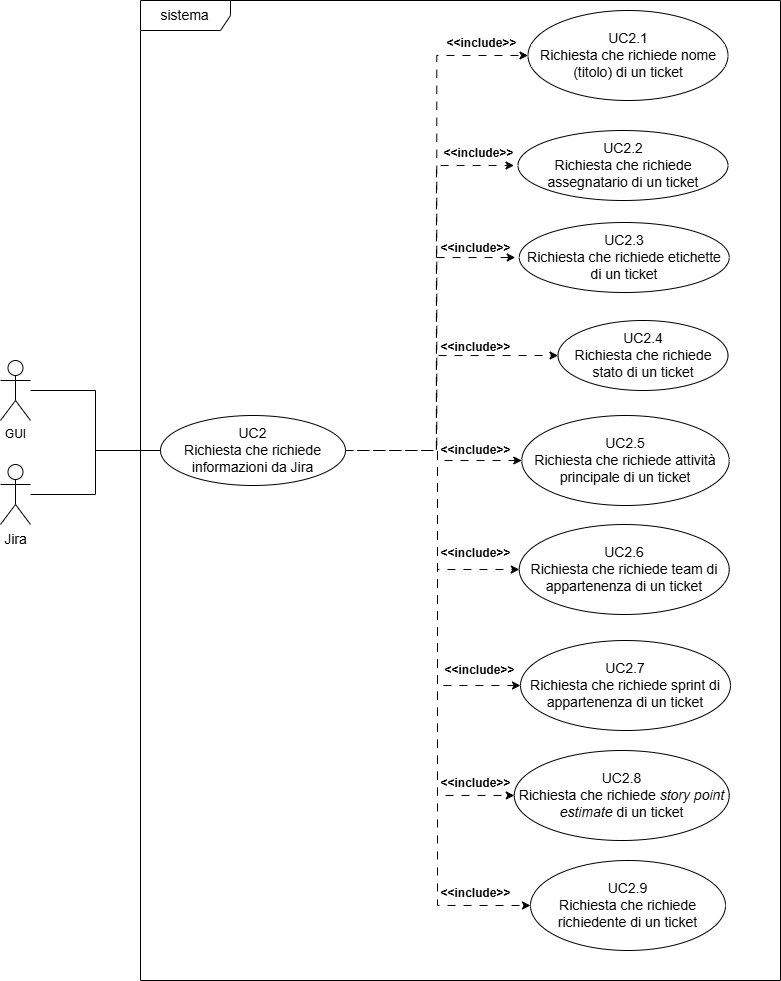
SweeTenTeam/Docs keeps this draw.io diagram as images/analisi-dei-requisiti/UC2_InfoJira.png. Above is the earlier version. Source tidied: cells renumbered, new cells last; positions are measured from the earlier drawing's top-left corner, leaving out a move shared by most shapes.
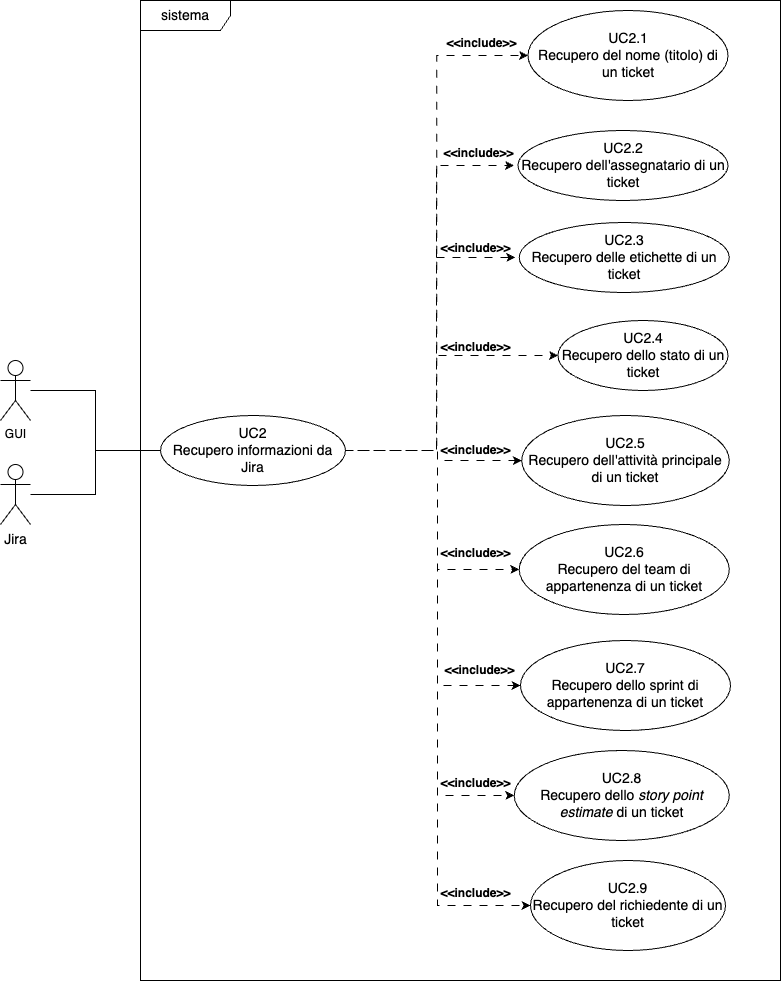
The same diagram one commit later.

Diff of the diagram source:
```diff
@@ -82,7 +82,7 @@
         </Array>
       </mxGeometry>
     </mxCell>
-    <mxCell id="12" value="UC2&lt;div&gt;Richiesta che richiede informazioni da Jira&lt;/div&gt;" style="ellipse;whiteSpace=wrap;html=1;fontSize=14;" parent="1" vertex="1">
+    <mxCell id="12" value="UC2&lt;div&gt;Recupero informazioni da Jira&lt;/div&gt;" style="ellipse;whiteSpace=wrap;html=1;fontSize=14;" parent="1" vertex="1">
       <mxGeometry x="160" y="415" width="185" height="70" as="geometry" />
     </mxCell>
     <mxCell id="13" style="edgeStyle=orthogonalEdgeStyle;rounded=0;jettySize=auto;html=1;endArrow=none;endFill=0;" parent="1" edge="1" source="14" target="12">
@@ -97,31 +97,31 @@
     <mxCell id="16" value="Jira" style="shape=umlActor;verticalLabelPosition=bottom;verticalAlign=top;html=1;fontSize=14;" parent="1" vertex="1">
       <mxGeometry y="464" width="30" height="60" as="geometry" />
     </mxCell>
-    <mxCell id="17" value="UC2.2&lt;div&gt;Richiesta che richiede assegnatario di un ticket&lt;/div&gt;" style="ellipse;whiteSpace=wrap;html=1;fontSize=14;" parent="1" vertex="1">
+    <mxCell id="17" value="UC2.2&lt;div&gt;Recupero dell'assegnatario di un ticket&lt;/div&gt;" style="ellipse;whiteSpace=wrap;html=1;fontSize=14;" parent="1" vertex="1">
       <mxGeometry x="517.5" y="130" width="210" height="70" as="geometry" />
     </mxCell>
-    <mxCell id="18" value="UC2.4&lt;div&gt;Richiesta che richiede stato di un ticket&lt;/div&gt;" style="ellipse;whiteSpace=wrap;html=1;fontSize=14;" parent="1" vertex="1">
+    <mxCell id="18" value="UC2.4&lt;div&gt;Recupero dello stato di un ticket&lt;/div&gt;" style="ellipse;whiteSpace=wrap;html=1;fontSize=14;" parent="1" vertex="1">
       <mxGeometry x="557.5" y="320" width="170" height="70" as="geometry" />
     </mxCell>
-    <mxCell id="19" value="UC2.1&lt;div&gt;Richiesta che richiede nome (titolo) di un ticket&lt;/div&gt;" style="ellipse;whiteSpace=wrap;html=1;fontSize=14;" parent="1" vertex="1">
+    <mxCell id="19" value="UC2.1&lt;div&gt;Recupero del nome (titolo) di un ticket&lt;/div&gt;" style="ellipse;whiteSpace=wrap;html=1;fontSize=14;" parent="1" vertex="1">
       <mxGeometry x="527.5" y="10" width="200" height="90" as="geometry" />
     </mxCell>
-    <mxCell id="20" value="UC2.6&lt;div&gt;Richiesta che richiede team di appartenenza di un ticket&lt;/div&gt;" style="ellipse;whiteSpace=wrap;html=1;fontSize=14;" parent="1" vertex="1">
+    <mxCell id="20" value="UC2.6&lt;div&gt;&lt;span style=&quot;background-color: transparent; color: light-dark(rgb(0, 0, 0), rgb(255, 255, 255));&quot;&gt;Recupero del team di appartenenza di un ticket&lt;/span&gt;&lt;/div&gt;" style="ellipse;whiteSpace=wrap;html=1;fontSize=14;" parent="1" vertex="1">
       <mxGeometry x="518.8" y="524" width="210" height="90" as="geometry" />
     </mxCell>
-    <mxCell id="21" value="UC2.7&lt;div&gt;Richiesta che richiede sprint di appartenenza di un ticket&lt;/div&gt;" style="ellipse;whiteSpace=wrap;html=1;fontSize=14;" parent="1" vertex="1">
+    <mxCell id="21" value="UC2.7&lt;div&gt;Recupero dello sprint di appartenenza di un ticket&lt;/div&gt;" style="ellipse;whiteSpace=wrap;html=1;fontSize=14;" parent="1" vertex="1">
       <mxGeometry x="520" y="640" width="210" height="90" as="geometry" />
     </mxCell>
-    <mxCell id="22" value="UC2.8&lt;div&gt;Richiesta che richiede &lt;i&gt;story point estimate&amp;nbsp;&lt;/i&gt;di un ticket&lt;/div&gt;" style="ellipse;whiteSpace=wrap;html=1;fontSize=14;" parent="1" vertex="1">
+    <mxCell id="22" value="UC2.8&lt;div&gt;Recupero dello&amp;nbsp;&lt;i&gt;story point estimate&amp;nbsp;&lt;/i&gt;di un ticket&lt;/div&gt;" style="ellipse;whiteSpace=wrap;html=1;fontSize=14;" parent="1" vertex="1">
       <mxGeometry x="513.8" y="750" width="215" height="90" as="geometry" />
     </mxCell>
-    <mxCell id="23" value="UC2.9&lt;div&gt;Richiesta che richiede richiedente&lt;i&gt;&amp;nbsp;&lt;/i&gt;di un ticket&lt;/div&gt;" style="ellipse;whiteSpace=wrap;html=1;fontSize=14;" parent="1" vertex="1">
+    <mxCell id="23" value="UC2.9&lt;div&gt;Recupero del richiedente&lt;i&gt;&amp;nbsp;&lt;/i&gt;di un ticket&lt;/div&gt;" style="ellipse;whiteSpace=wrap;html=1;fontSize=14;" parent="1" vertex="1">
       <mxGeometry x="530" y="860" width="195" height="90" as="geometry" />
     </mxCell>
-    <mxCell id="24" value="UC2.3&lt;div&gt;Richiesta che richiede etichette di un ticket&lt;/div&gt;" style="ellipse;whiteSpace=wrap;html=1;fontSize=14;" parent="1" vertex="1">
+    <mxCell id="24" value="UC2.3&lt;div&gt;Recupero delle etichette di un ticket&lt;/div&gt;" style="ellipse;whiteSpace=wrap;html=1;fontSize=14;" parent="1" vertex="1">
       <mxGeometry x="518.8" y="222" width="210" height="70" as="geometry" />
     </mxCell>
-    <mxCell id="25" value="UC2.5&lt;div&gt;Richiesta che richiede attività principale di un ticket&lt;/div&gt;" style="ellipse;whiteSpace=wrap;html=1;fontSize=14;" parent="1" vertex="1">
+    <mxCell id="25" value="UC2.5&lt;div&gt;Recupero dell'attività principale di un ticket&lt;/div&gt;" style="ellipse;whiteSpace=wrap;html=1;fontSize=14;" parent="1" vertex="1">
       <mxGeometry x="521.2" y="415" width="207.5" height="90" as="geometry" />
     </mxCell>
     <mxCell id="26" value="&amp;lt;&amp;lt;include&amp;gt;&amp;gt;" style="text;align=center;fontStyle=1;verticalAlign=middle;spacingLeft=3;spacingRight=3;strokeColor=none;html=1;" parent="1" vertex="1">
```
